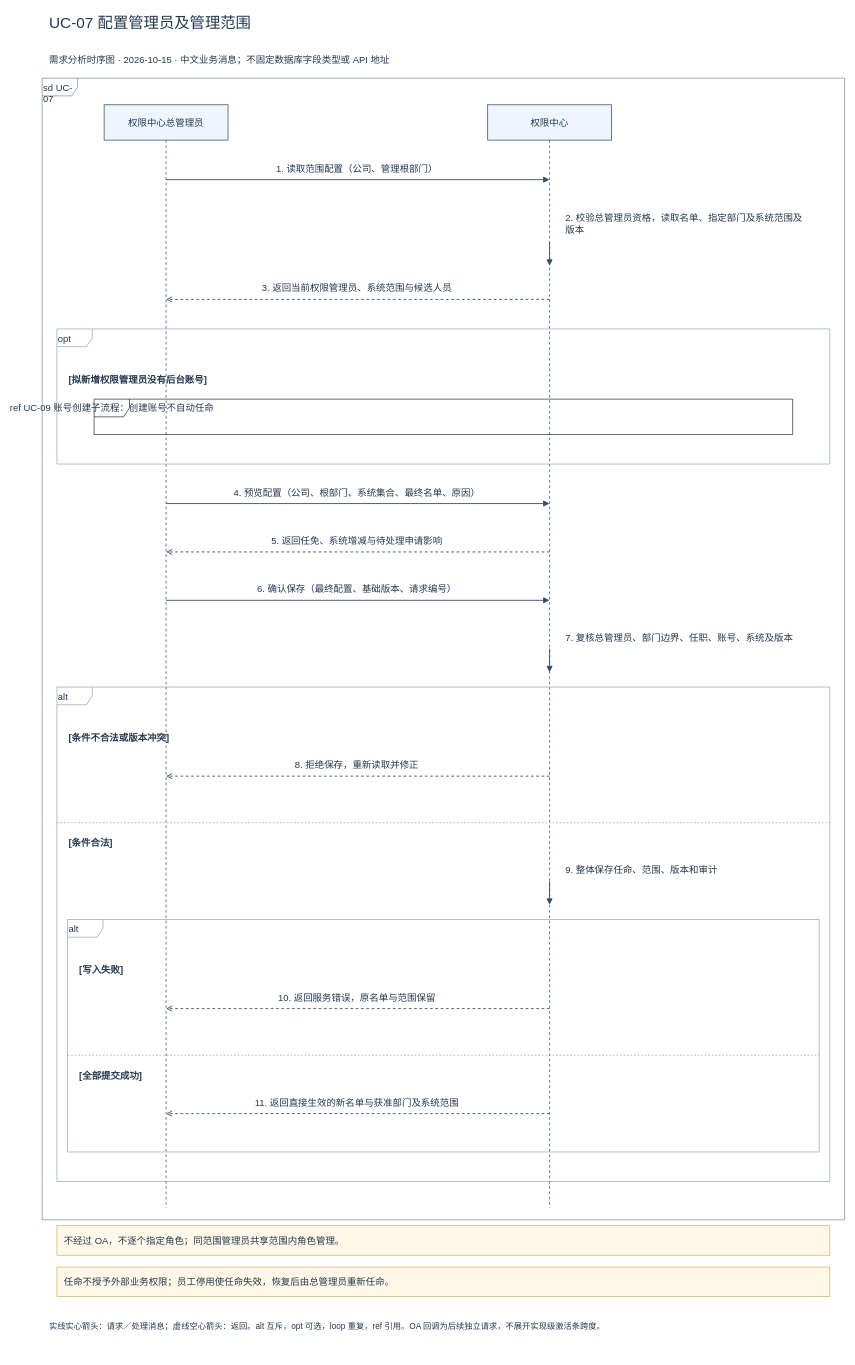
The draw.io diagram page "UC-07 配置管理员及管理范围" (8 of 18) of docs/01-requirements/sequences-v1/权限管理系统_全部时序图.drawio in Noah-hope/RBAC-admin, before the edit. Source tidied: cells renumbered, new cells numbered last; positions are measured from the earlier drawing's top-left corner, leaving out a move shared by most shapes. Both pictures are drawn from the tidied source at 59%, with x=0, y=0 at pixel (42, 10).
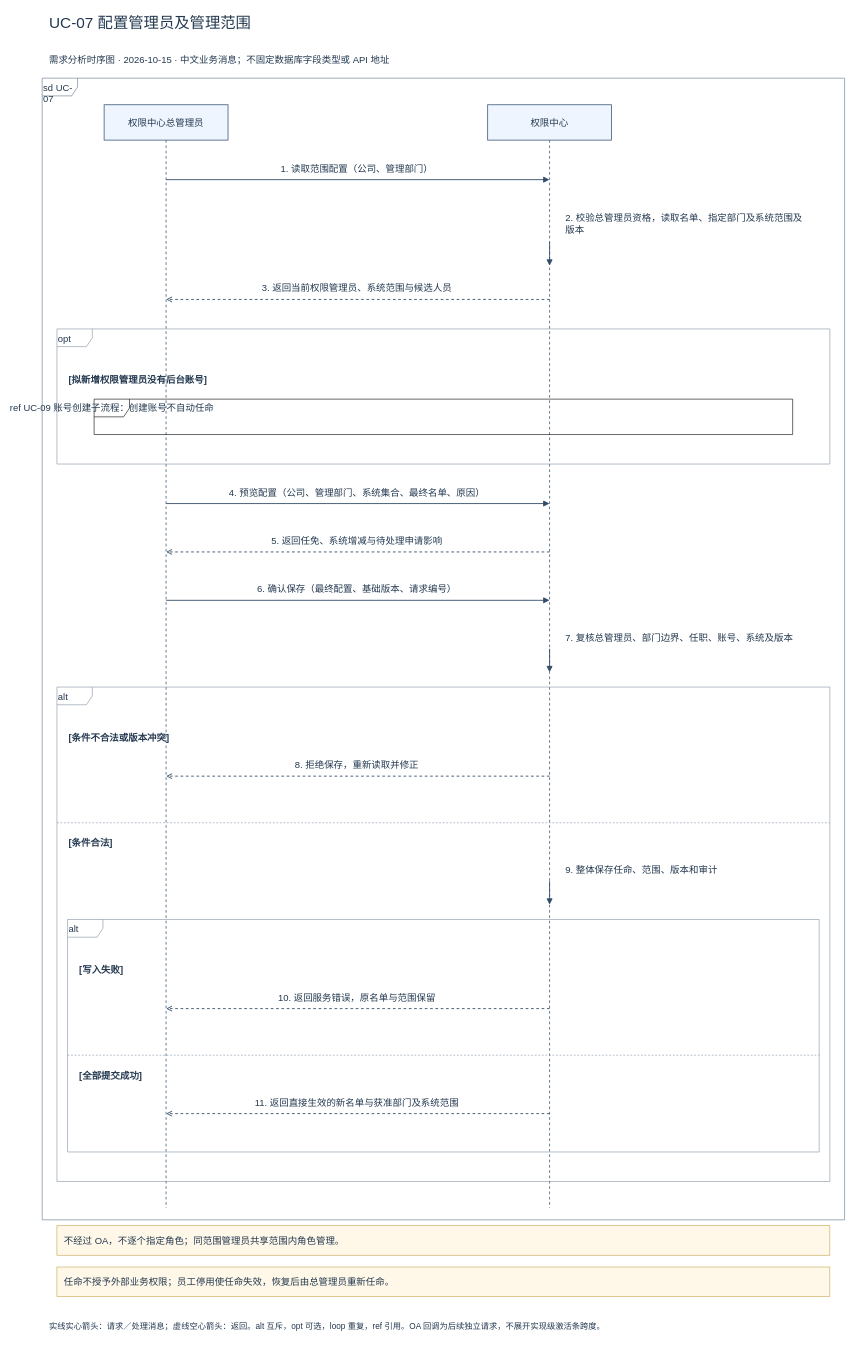
The same page after the edit.

Diff of the diagram source:
```diff
@@
-    <mxCell id="18" value="1. 读取范围配置（公司、管理根部门）" style="html=1;fontFamily=Microsoft YaHei;fontSize=16;fontColor=#23384f;text;align=center;verticalAlign=middle;fillColor=#ffffff;strokeColor=none;" parent="1" vertex="1">
+    <mxCell id="18" value="1. 读取范围配置（公司、管理部门）" style="html=1;fontFamily=Microsoft YaHei;fontSize=16;fontColor=#23384f;text;align=center;verticalAlign=middle;fillColor=#ffffff;strokeColor=none;" parent="1" vertex="1">
       <mxGeometry x="235" y="256" width="595" height="24" as="geometry" />
     </mxCell>
@@
-    <mxCell id="25" value="4. 预览配置（公司、根部门、系统集合、最终名单、原因）" style="html=1;fontFamily=Microsoft YaHei;fontSize=16;fontColor=#23384f;text;align=center;verticalAlign=middle;fillColor=#ffffff;strokeColor=none;" parent="1" vertex="1">
+    <mxCell id="25" value="4. 预览配置（公司、管理部门、系统集合、最终名单、原因）" style="html=1;fontFamily=Microsoft YaHei;fontSize=16;fontColor=#23384f;text;align=center;verticalAlign=middle;fillColor=#ffffff;strokeColor=none;" parent="1" vertex="1">
       <mxGeometry x="235" y="805" width="595" height="24" as="geometry" />
     </mxCell>
```
